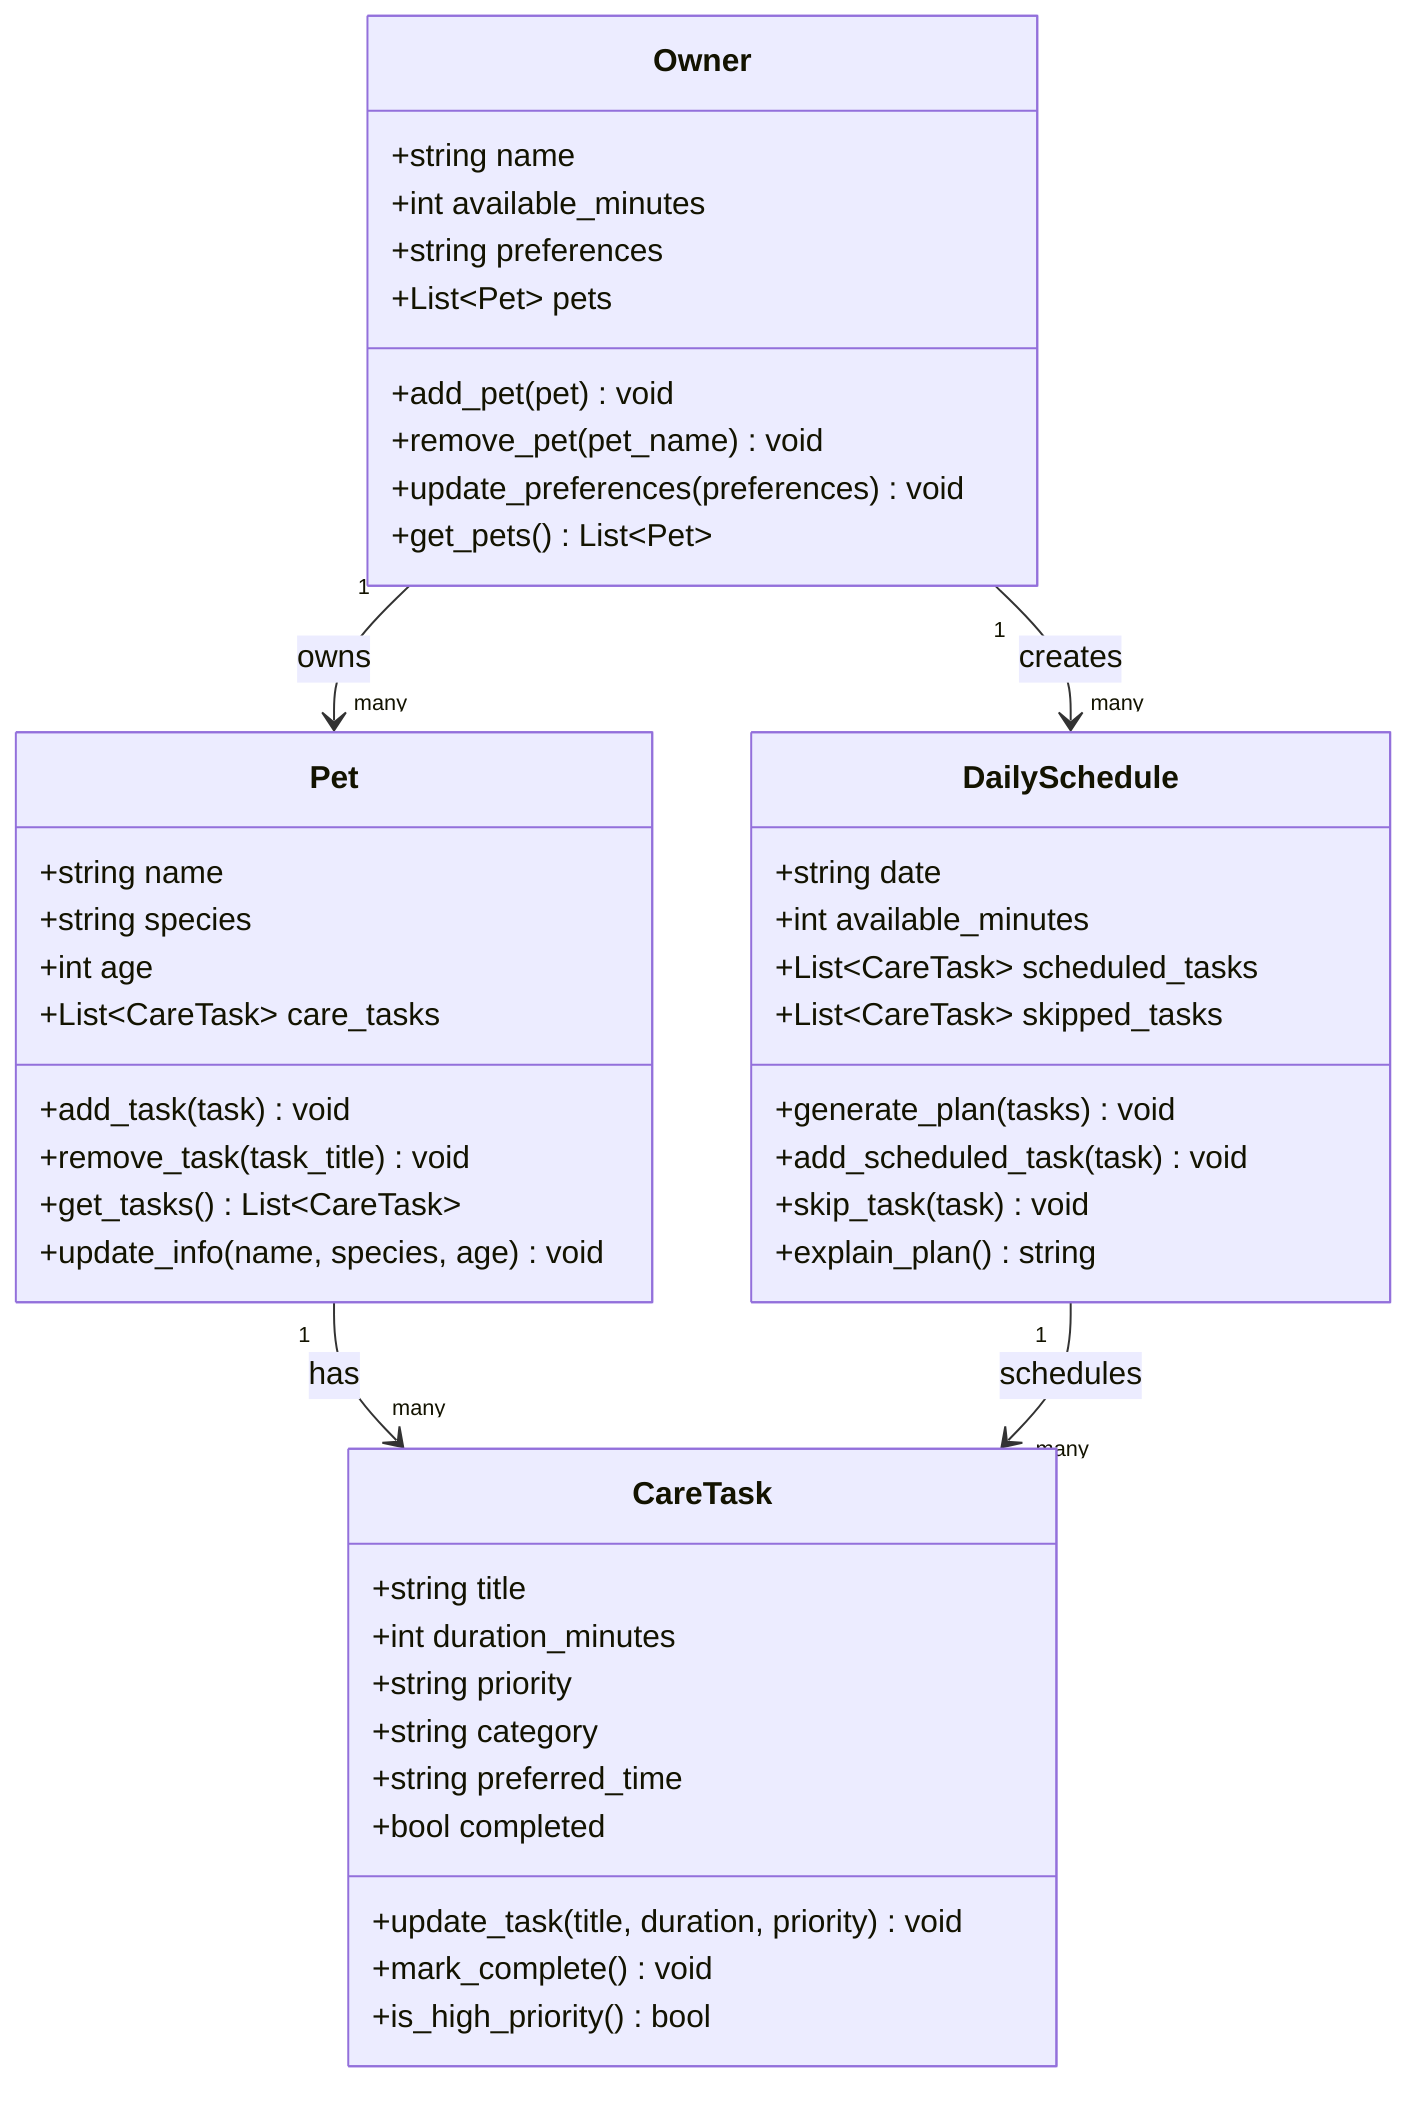
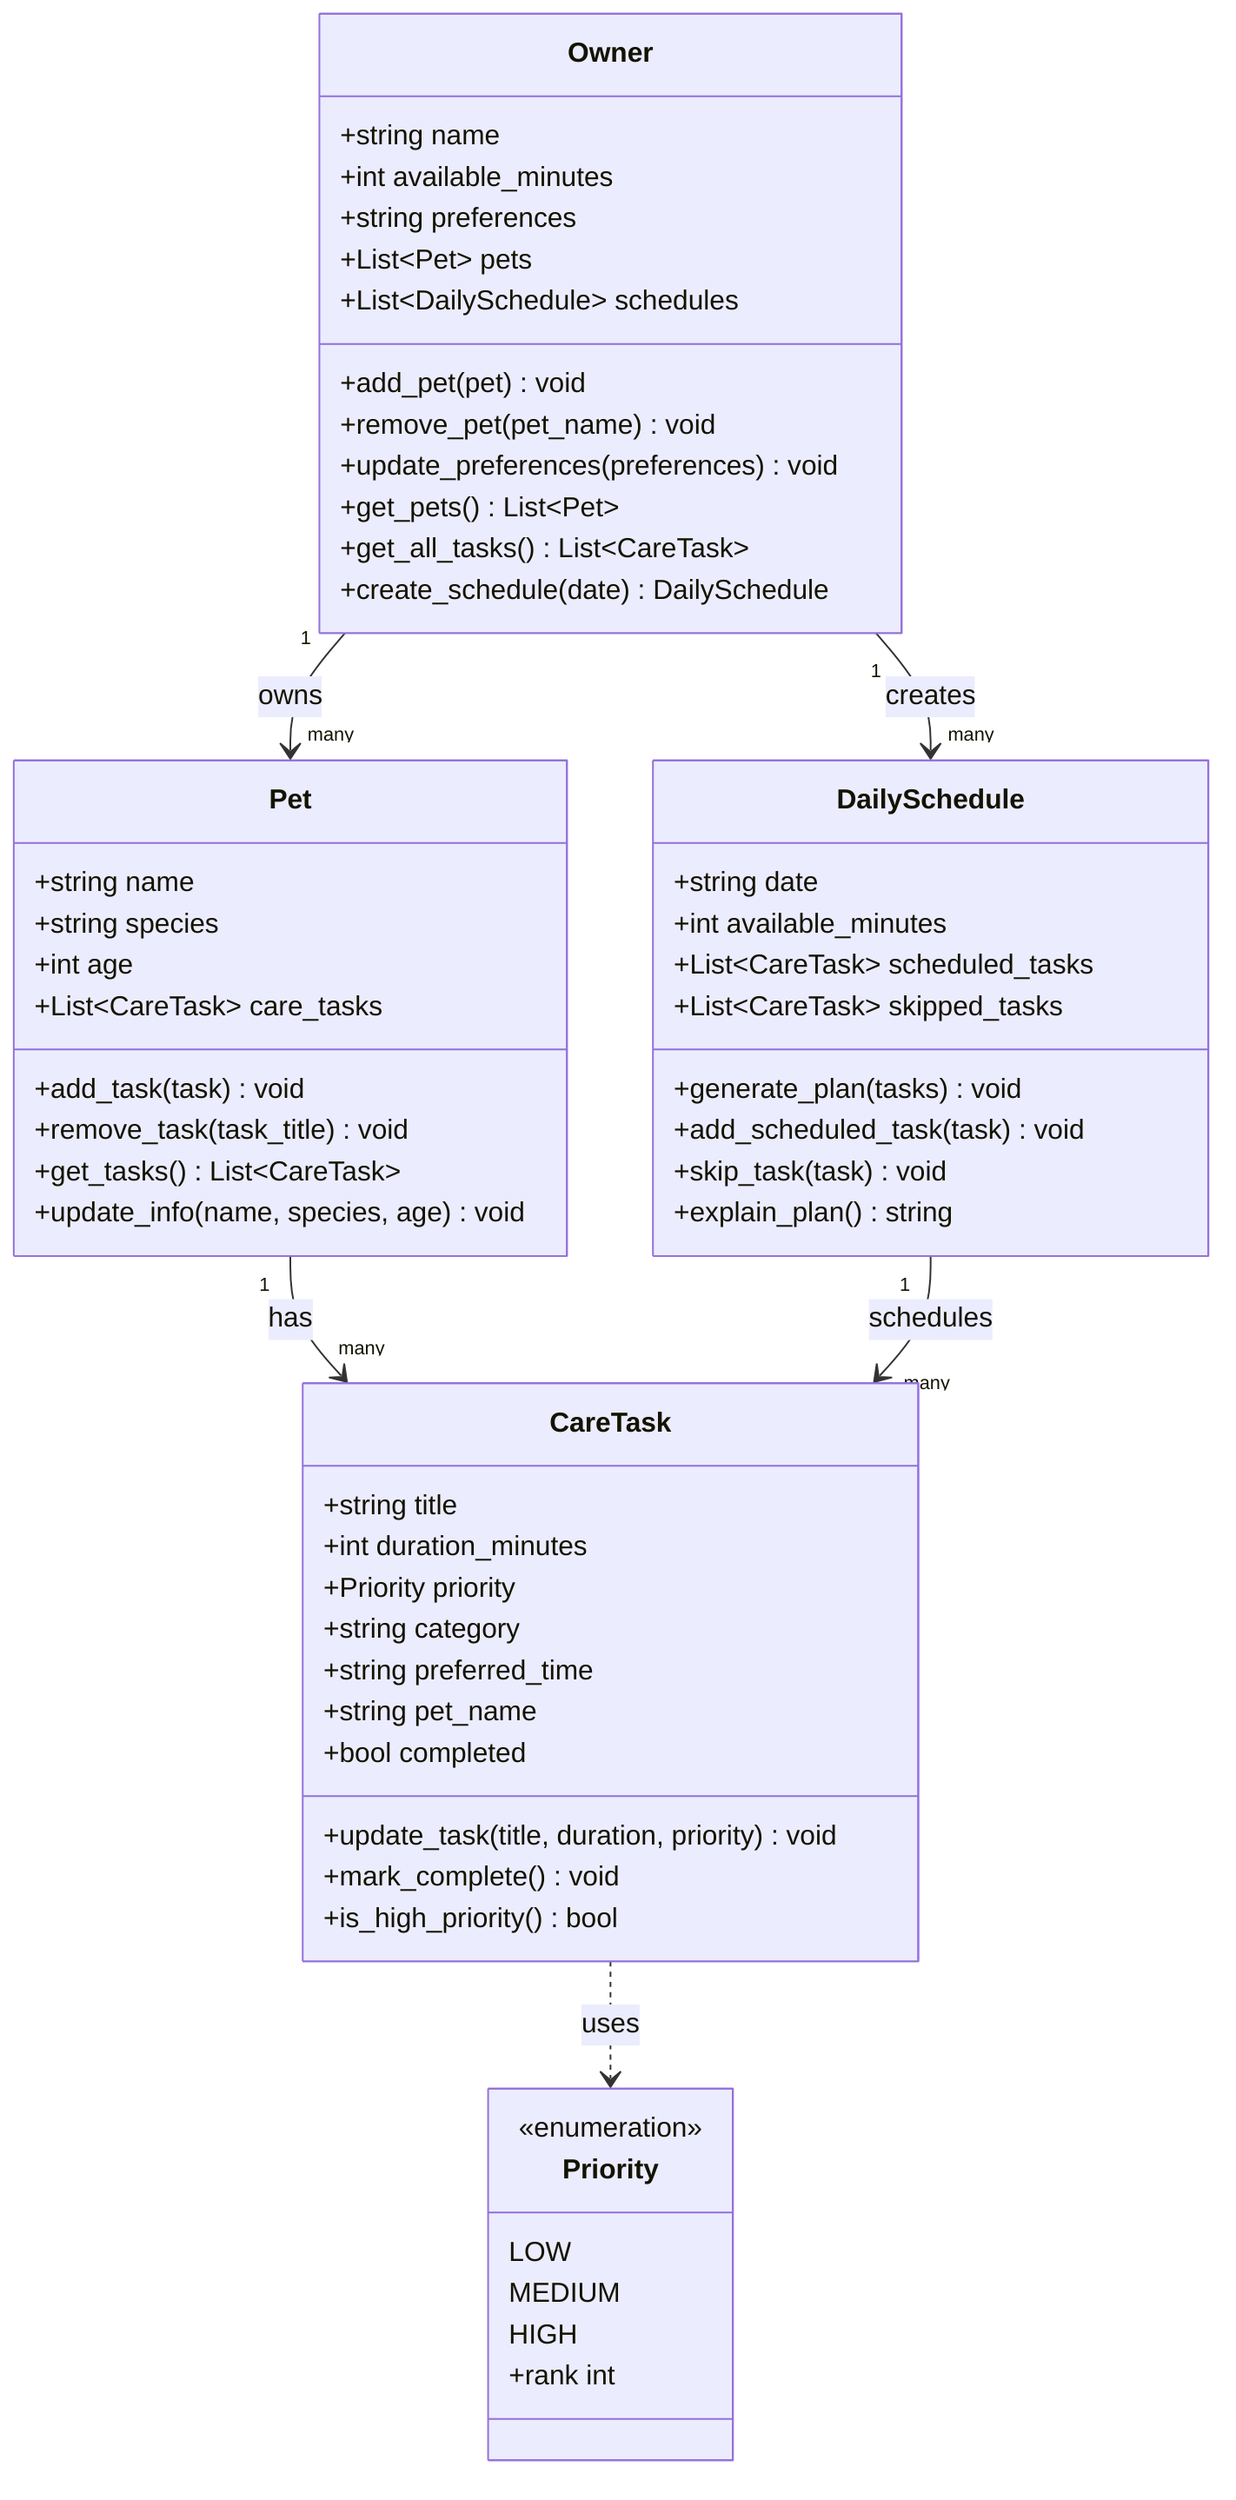
classDiagram
+     class Priority {
+         <<enumeration>>
+         LOW
+         MEDIUM
+         HIGH
+         +rank int
+     }
+ 
    class Owner {
        +string name
        +int available_minutes
        +string preferences
        +List~Pet~ pets
+         +List~DailySchedule~ schedules
        +add_pet(pet) void
        +remove_pet(pet_name) void
        +update_preferences(preferences) void
        +get_pets() List~Pet~
+         +get_all_tasks() List~CareTask~
+         +create_schedule(date) DailySchedule
    }

    class Pet {
        +string name
        +string species
        +int age
        +List~CareTask~ care_tasks
        +add_task(task) void
        +remove_task(task_title) void
        +get_tasks() List~CareTask~
        +update_info(name, species, age) void
    }

    class CareTask {
        +string title
        +int duration_minutes
-         +string priority
+         +Priority priority
        +string category
        +string preferred_time
+         +string pet_name
        +bool completed
        +update_task(title, duration, priority) void
        +mark_complete() void
        +is_high_priority() bool
    }

    class DailySchedule {
        +string date
        +int available_minutes
        +List~CareTask~ scheduled_tasks
        +List~CareTask~ skipped_tasks
        +generate_plan(tasks) void
        +add_scheduled_task(task) void
        +skip_task(task) void
        +explain_plan() string
    }

    Owner "1" --> "many" Pet : owns
    Pet "1" --> "many" CareTask : has
    DailySchedule "1" --> "many" CareTask : schedules
-     Owner "1" --> "many" DailySchedule : creates+     Owner "1" --> "many" DailySchedule : creates
+     CareTask ..> Priority : uses
